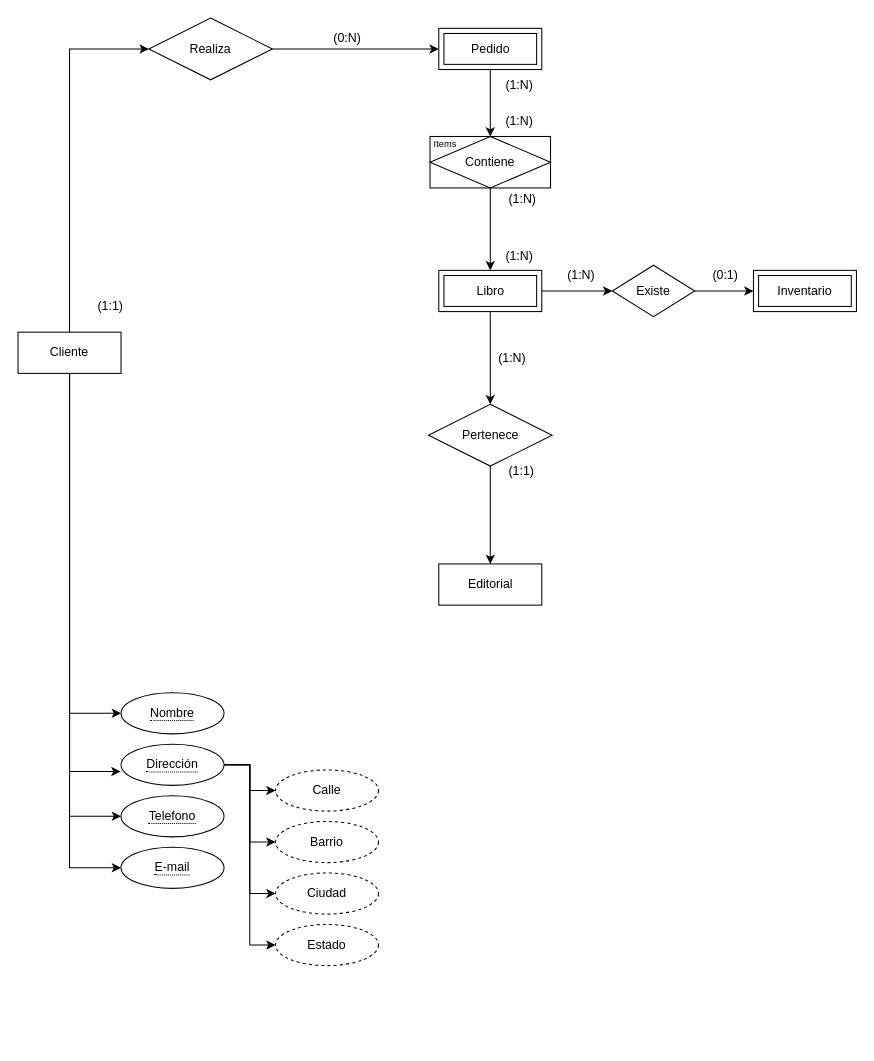
Starleen1996/Modelado_Datos keeps this draw.io diagram as modelo.drawio. Above is the earlier version. Source tidied: cells renumbered, new cells numbered last; positions are measured from the earlier drawing's top-left corner, leaving out a move shared by most shapes. Both pictures are drawn from the tidied source at 103%, with x=0, y=0 at pixel (18, 18).
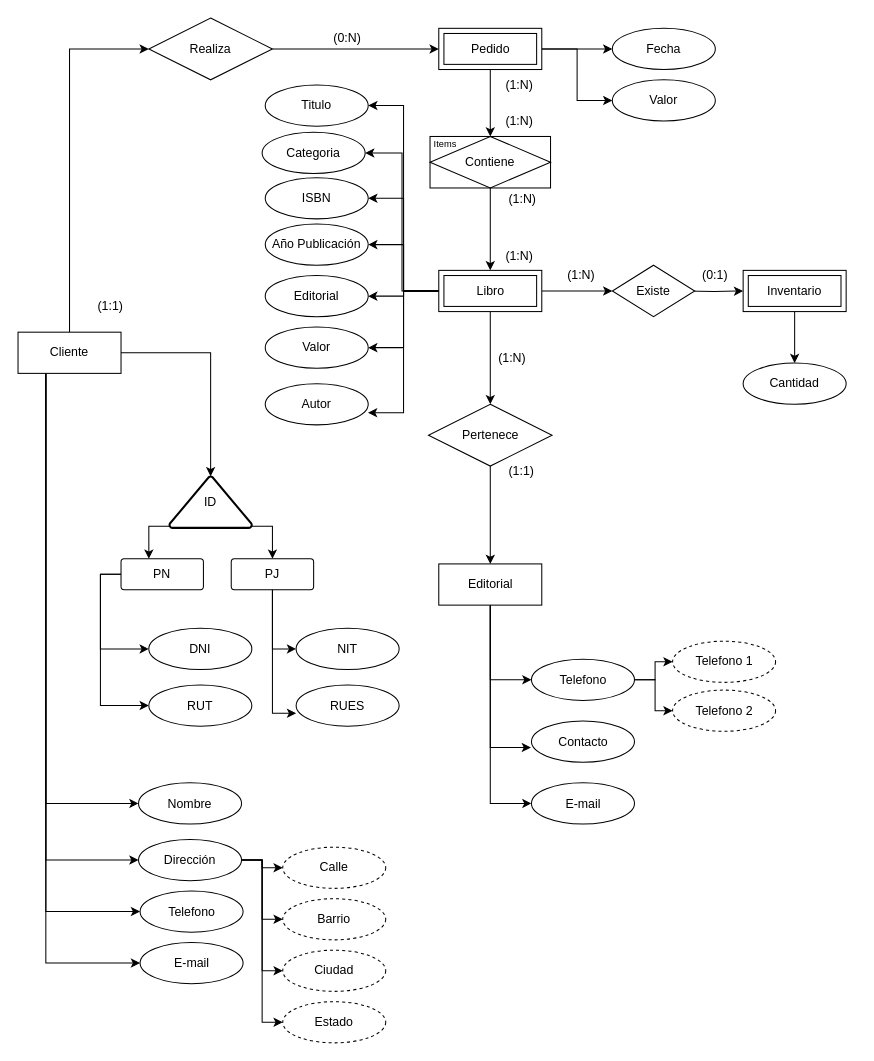
The same page after the edit.

The change refers to these unchanged cells:
```xml
<mxCell id="6" value="Cliente" style="whiteSpace=wrap;html=1;align=center;" parent="1" vertex="1">
  <mxGeometry y="305" width="100" height="40" as="geometry" />
</mxCell>
<mxCell id="8" value="Pedido" style="shape=ext;margin=3;double=1;whiteSpace=wrap;html=1;align=center;" parent="1" vertex="1">
  <mxGeometry x="408.5" y="10" width="100" height="40" as="geometry" />
</mxCell>
<mxCell id="9" value="Editorial" style="whiteSpace=wrap;html=1;align=center;" parent="1" vertex="1">
  <mxGeometry x="408.5" y="530" width="100" height="40" as="geometry" />
</mxCell>
<mxCell id="13" value="Libro" style="shape=ext;margin=3;double=1;whiteSpace=wrap;html=1;align=center;" parent="1" vertex="1">
  <mxGeometry x="408.5" y="245" width="100" height="40" as="geometry" />
</mxCell>
<mxCell id="25" value="Existe" style="shape=rhombus;perimeter=rhombusPerimeter;whiteSpace=wrap;html=1;align=center;" parent="1" vertex="1">
  <mxGeometry x="577" y="240" width="80" height="50" as="geometry" />
</mxCell>
```

What changed in the source:
```diff
@@
-    <mxCell id="3" style="edgeStyle=orthogonalEdgeStyle;rounded=0;jettySize=auto;html=1;entryX=0;entryY=0.5;entryDx=0;entryDy=0;exitX=0.5;exitY=1;exitDx=0;exitDy=0;" parent="1" edge="1" source="6" target="33">
-      <mxGeometry relative="1" as="geometry" />
+    <mxCell id="3" style="edgeStyle=orthogonalEdgeStyle;rounded=0;jettySize=auto;html=1;entryX=0;entryY=0.5;entryDx=0;entryDy=0;" parent="1" edge="1" source="6" target="33">
+      <mxGeometry relative="1" as="geometry">
+        <Array as="points">
+          <mxPoint x="27" y="763" />
+        </Array>
+      </mxGeometry>
     </mxCell>
-    <mxCell id="4" style="edgeStyle=orthogonalEdgeStyle;rounded=0;jettySize=auto;html=1;entryX=0;entryY=0.5;entryDx=0;entryDy=0;" parent="1" edge="1" source="6" target="40">
-      <mxGeometry relative="1" as="geometry" />
-    </mxCell>
-    <mxCell id="5" style="edgeStyle=orthogonalEdgeStyle;rounded=0;jettySize=auto;html=1;entryX=0;entryY=0.5;entryDx=0;entryDy=0;" parent="1" edge="1" source="6" target="41">
-      <mxGeometry relative="1" as="geometry" />
-    </mxCell>
+    <mxCell id="39" style="edgeStyle=orthogonalEdgeStyle;rounded=0;jettySize=auto;html=1;entryX=0;entryY=0.5;entryDx=0;entryDy=0;" parent="1" edge="1" source="6" target="38">
+      <mxGeometry relative="1" as="geometry">
+        <Array as="points">
+          <mxPoint x="27" y="818" />
+        </Array>
+      </mxGeometry>
+    </mxCell>
+    <mxCell id="46" style="edgeStyle=orthogonalEdgeStyle;rounded=0;jettySize=auto;html=1;entryX=0;entryY=0.5;entryDx=0;entryDy=0;" parent="1" edge="1" source="6" target="88">
+      <mxGeometry relative="1" as="geometry">
+        <Array as="points">
+          <mxPoint x="27" y="868" />
+        </Array>
+      </mxGeometry>
+    </mxCell>
+    <mxCell id="47" style="edgeStyle=orthogonalEdgeStyle;rounded=0;jettySize=auto;html=1;entryX=0;entryY=0.5;entryDx=0;entryDy=0;" parent="1" edge="1" source="6" target="89">
+      <mxGeometry relative="1" as="geometry">
+        <Array as="points">
+          <mxPoint x="27" y="918" />
+        </Array>
+      </mxGeometry>
+    </mxCell>
@@
+    <mxCell id="48" style="edgeStyle=orthogonalEdgeStyle;rounded=0;jettySize=auto;html=1;entryX=0;entryY=0.5;entryDx=0;entryDy=0;" parent="1" edge="1" source="8" target="91">
+      <mxGeometry relative="1" as="geometry" />
+    </mxCell>
+    <mxCell id="49" style="edgeStyle=orthogonalEdgeStyle;rounded=0;jettySize=auto;html=1;entryX=0;entryY=0.5;entryDx=0;entryDy=0;" parent="1" edge="1" source="8" target="92">
+      <mxGeometry relative="1" as="geometry" />
+    </mxCell>
@@
+    <mxCell id="50" style="edgeStyle=orthogonalEdgeStyle;rounded=0;jettySize=auto;html=1;entryX=0;entryY=0.5;entryDx=0;entryDy=0;" parent="1" edge="1" source="9" target="76">
+      <mxGeometry relative="1" as="geometry" />
+    </mxCell>
+    <mxCell id="51" style="edgeStyle=orthogonalEdgeStyle;rounded=0;jettySize=auto;html=1;entryX=0;entryY=0.5;entryDx=0;entryDy=0;" parent="1" edge="1" source="9" target="77">
+      <mxGeometry relative="1" as="geometry" />
+    </mxCell>
@@
+    <mxCell id="52" style="edgeStyle=orthogonalEdgeStyle;rounded=0;jettySize=auto;html=1;entryX=0.5;entryY=0;entryDx=0;entryDy=0;" parent="1" edge="1" source="10" target="93">
+      <mxGeometry relative="1" as="geometry" />
+    </mxCell>
     <mxCell id="10" value="Inventario" style="shape=ext;margin=3;double=1;whiteSpace=wrap;html=1;align=center;" parent="1" vertex="1">
-      <mxGeometry x="714" y="245" width="100" height="40" as="geometry" />
+      <mxGeometry x="704" y="245" width="100" height="40" as="geometry" />
     </mxCell>
@@
+    <mxCell id="53" style="edgeStyle=orthogonalEdgeStyle;rounded=0;jettySize=auto;html=1;entryX=1;entryY=0.5;entryDx=0;entryDy=0;" parent="1" edge="1" source="13" target="78">
+      <mxGeometry relative="1" as="geometry" />
+    </mxCell>
+    <mxCell id="54" style="edgeStyle=orthogonalEdgeStyle;rounded=0;jettySize=auto;html=1;entryX=1;entryY=0.5;entryDx=0;entryDy=0;" parent="1" edge="1" source="13" target="79">
+      <mxGeometry relative="1" as="geometry" />
+    </mxCell>
+    <mxCell id="55" style="edgeStyle=orthogonalEdgeStyle;rounded=0;jettySize=auto;html=1;entryX=1;entryY=0.5;entryDx=0;entryDy=0;" parent="1" edge="1" source="13" target="80">
+      <mxGeometry relative="1" as="geometry" />
+    </mxCell>
+    <mxCell id="56" style="edgeStyle=orthogonalEdgeStyle;rounded=0;jettySize=auto;html=1;entryX=1;entryY=0.5;entryDx=0;entryDy=0;" parent="1" edge="1" source="13" target="81">
+      <mxGeometry relative="1" as="geometry" />
+    </mxCell>
+    <mxCell id="57" style="edgeStyle=orthogonalEdgeStyle;rounded=0;jettySize=auto;html=1;entryX=1;entryY=0.5;entryDx=0;entryDy=0;" parent="1" edge="1" source="13" target="82">
+      <mxGeometry relative="1" as="geometry" />
+    </mxCell>
+    <mxCell id="58" style="edgeStyle=orthogonalEdgeStyle;rounded=0;jettySize=auto;html=1;entryX=1;entryY=0.5;entryDx=0;entryDy=0;" parent="1" edge="1" source="13" target="83">
+      <mxGeometry relative="1" as="geometry" />
+    </mxCell>
@@
-    <mxCell id="24" style="edgeStyle=orthogonalEdgeStyle;rounded=0;jettySize=auto;html=1;" parent="1" edge="1" source="25" target="10">
-      <mxGeometry relative="1" as="geometry" />
+    <mxCell id="24" style="edgeStyle=orthogonalEdgeStyle;rounded=0;jettySize=auto;html=1;" parent="1" edge="1" target="10">
+      <mxGeometry relative="1" as="geometry">
+        <mxPoint x="647" y="265" as="sourcePoint" />
+      </mxGeometry>
     </mxCell>
@@
     <mxCell id="27" value="(0:1)" style="text;strokeColor=none;align=center;fillColor=none;html=1;verticalAlign=middle;whiteSpace=wrap;rounded=0;" parent="1" vertex="1">
-      <mxGeometry x="657" y="235" width="60" height="30" as="geometry" />
+      <mxGeometry x="647" y="235" width="60" height="30" as="geometry" />
     </mxCell>
@@
+    <mxCell id="42" value="Calle" style="ellipse;whiteSpace=wrap;html=1;align=center;dashed=1;" parent="1" vertex="1">
+      <mxGeometry x="257" y="805" width="100" height="40" as="geometry" />
+    </mxCell>
+    <mxCell id="43" value="Barrio" style="ellipse;whiteSpace=wrap;html=1;align=center;dashed=1;" parent="1" vertex="1">
+      <mxGeometry x="257" y="855" width="100" height="40" as="geometry" />
+    </mxCell>
+    <mxCell id="44" value="Ciudad" style="ellipse;whiteSpace=wrap;html=1;align=center;dashed=1;" parent="1" vertex="1">
+      <mxGeometry x="257" y="905" width="100" height="40" as="geometry" />
+    </mxCell>
+    <mxCell id="45" value="Estado" style="ellipse;whiteSpace=wrap;html=1;align=center;dashed=1;" parent="1" vertex="1">
+      <mxGeometry x="257" y="955" width="100" height="40" as="geometry" />
+    </mxCell>
+    <mxCell id="59" style="edgeStyle=orthogonalEdgeStyle;rounded=0;jettySize=auto;html=1;exitX=0.01;exitY=0.97;exitDx=0;exitDy=0;exitPerimeter=0;entryX=0.5;entryY=0;entryDx=0;entryDy=0;" parent="1" edge="1" source="61">
+      <mxGeometry relative="1" as="geometry">
+        <mxPoint x="127" y="525" as="targetPoint" />
+      </mxGeometry>
+    </mxCell>
+    <mxCell id="60" style="edgeStyle=orthogonalEdgeStyle;rounded=0;jettySize=auto;html=1;exitX=0.99;exitY=0.97;exitDx=0;exitDy=0;exitPerimeter=0;entryX=0.5;entryY=0;entryDx=0;entryDy=0;" parent="1" edge="1" source="61" target="67">
+      <mxGeometry relative="1" as="geometry" />
+    </mxCell>
+    <mxCell id="61" value="ID" style="strokeWidth=2;html=1;shape=mxgraph.flowchart.extract_or_measurement;whiteSpace=wrap;" parent="1" vertex="1">
+      <mxGeometry x="147" y="445" width="80" height="50" as="geometry" />
+    </mxCell>
+    <mxCell id="62" style="edgeStyle=orthogonalEdgeStyle;rounded=0;jettySize=auto;html=1;exitX=1;exitY=0.5;exitDx=0;exitDy=0;entryX=0.5;entryY=0;entryDx=0;entryDy=0;entryPerimeter=0;" parent="1" edge="1" source="6" target="61">
+      <mxGeometry relative="1" as="geometry" />
+    </mxCell>
+    <mxCell id="63" style="edgeStyle=orthogonalEdgeStyle;rounded=0;jettySize=auto;html=1;entryX=0;entryY=0.5;entryDx=0;entryDy=0;exitX=0;exitY=0.5;exitDx=0;exitDy=0;" parent="1" edge="1" source="65" target="68">
+      <mxGeometry relative="1" as="geometry" />
+    </mxCell>
+    <mxCell id="64" style="edgeStyle=orthogonalEdgeStyle;rounded=0;jettySize=auto;html=1;entryX=0;entryY=0.5;entryDx=0;entryDy=0;exitX=0;exitY=0.5;exitDx=0;exitDy=0;" parent="1" edge="1" source="65" target="69">
+      <mxGeometry relative="1" as="geometry" />
+    </mxCell>
+    <mxCell id="65" value="PN" style="rounded=1;arcSize=10;whiteSpace=wrap;html=1;align=center;" parent="1" vertex="1">
+      <mxGeometry x="100" y="525" width="80" height="30" as="geometry" />
+    </mxCell>
+    <mxCell id="66" style="edgeStyle=orthogonalEdgeStyle;rounded=0;jettySize=auto;html=1;entryX=0;entryY=0.5;entryDx=0;entryDy=0;" parent="1" edge="1" source="67" target="70">
+      <mxGeometry relative="1" as="geometry" />
+    </mxCell>
+    <mxCell id="67" value="PJ" style="rounded=1;arcSize=10;whiteSpace=wrap;html=1;align=center;" parent="1" vertex="1">
+      <mxGeometry x="207" y="525" width="80" height="30" as="geometry" />
+    </mxCell>
+    <mxCell id="68" value="DNI" style="ellipse;whiteSpace=wrap;html=1;align=center;" parent="1" vertex="1">
+      <mxGeometry x="127" y="592.5" width="100" height="40" as="geometry" />
+    </mxCell>
+    <mxCell id="69" value="RUT" style="ellipse;whiteSpace=wrap;html=1;align=center;" parent="1" vertex="1">
+      <mxGeometry x="127" y="647.5" width="100" height="40" as="geometry" />
+    </mxCell>
+    <mxCell id="70" value="NIT" style="ellipse;whiteSpace=wrap;html=1;align=center;" parent="1" vertex="1">
+      <mxGeometry x="270" y="592.5" width="100" height="40" as="geometry" />
+    </mxCell>
+    <mxCell id="71" value="RUES" style="ellipse;whiteSpace=wrap;html=1;align=center;" parent="1" vertex="1">
+      <mxGeometry x="270" y="647.5" width="100" height="40" as="geometry" />
+    </mxCell>
+    <mxCell id="72" style="edgeStyle=orthogonalEdgeStyle;rounded=0;jettySize=auto;html=1;entryX=0;entryY=0.688;entryDx=0;entryDy=0;entryPerimeter=0;" parent="1" edge="1" source="67" target="71">
+      <mxGeometry relative="1" as="geometry" />
+    </mxCell>
+    <mxCell id="73" value="Contacto" style="ellipse;whiteSpace=wrap;html=1;align=center;" parent="1" vertex="1">
+      <mxGeometry x="498.5" y="682.5" width="100" height="40" as="geometry" />
+    </mxCell>
+    <mxCell id="74" style="edgeStyle=orthogonalEdgeStyle;rounded=0;jettySize=auto;html=1;exitX=1;exitY=0.5;exitDx=0;exitDy=0;entryX=0;entryY=0.5;entryDx=0;entryDy=0;" parent="1" edge="1" source="76" target="86">
+      <mxGeometry relative="1" as="geometry" />
+    </mxCell>
+    <mxCell id="75" style="edgeStyle=orthogonalEdgeStyle;rounded=0;jettySize=auto;html=1;entryX=0;entryY=0.5;entryDx=0;entryDy=0;" parent="1" edge="1" source="76" target="87">
+      <mxGeometry relative="1" as="geometry" />
+    </mxCell>
+    <mxCell id="76" value="Telefono" style="ellipse;whiteSpace=wrap;html=1;align=center;" parent="1" vertex="1">
+      <mxGeometry x="498.5" y="622.5" width="100" height="40" as="geometry" />
+    </mxCell>
+    <mxCell id="77" value="E-mail" style="ellipse;whiteSpace=wrap;html=1;align=center;" parent="1" vertex="1">
+      <mxGeometry x="498.5" y="742.5" width="100" height="40" as="geometry" />
+    </mxCell>
+    <mxCell id="78" value="Titulo" style="ellipse;whiteSpace=wrap;html=1;align=center;" parent="1" vertex="1">
+      <mxGeometry x="240" y="65" width="100" height="40" as="geometry" />
+    </mxCell>
+    <mxCell id="79" value="Categoria" style="ellipse;whiteSpace=wrap;html=1;align=center;" parent="1" vertex="1">
+      <mxGeometry x="237" y="111" width="100" height="40" as="geometry" />
+    </mxCell>
+    <mxCell id="80" value="ISBN" style="ellipse;whiteSpace=wrap;html=1;align=center;" parent="1" vertex="1">
+      <mxGeometry x="240" y="155" width="100" height="40" as="geometry" />
+    </mxCell>
+    <mxCell id="81" value="Año Publicación" style="ellipse;whiteSpace=wrap;html=1;align=center;" parent="1" vertex="1">
+      <mxGeometry x="240" y="200" width="100" height="40" as="geometry" />
+    </mxCell>
+    <mxCell id="82" value="Editorial" style="ellipse;whiteSpace=wrap;html=1;align=center;" parent="1" vertex="1">
+      <mxGeometry x="240" y="250" width="100" height="40" as="geometry" />
+    </mxCell>
+    <mxCell id="83" value="Valor" style="ellipse;whiteSpace=wrap;html=1;align=center;" parent="1" vertex="1">
+      <mxGeometry x="240" y="300" width="100" height="40" as="geometry" />
+    </mxCell>
+    <mxCell id="84" value="Autor" style="ellipse;whiteSpace=wrap;html=1;align=center;" parent="1" vertex="1">
+      <mxGeometry x="240" y="355" width="100" height="40" as="geometry" />
+    </mxCell>
+    <mxCell id="85" style="edgeStyle=orthogonalEdgeStyle;rounded=0;jettySize=auto;html=1;entryX=0.998;entryY=0.704;entryDx=0;entryDy=0;entryPerimeter=0;" parent="1" edge="1" source="13" target="84">
+      <mxGeometry relative="1" as="geometry" />
+    </mxCell>
+    <mxCell id="86" value="Telefono 1" style="ellipse;whiteSpace=wrap;html=1;align=center;dashed=1;" parent="1" vertex="1">
+      <mxGeometry x="635.5" y="605" width="100" height="40" as="geometry" />
+    </mxCell>
+    <mxCell id="87" value="Telefono 2" style="ellipse;whiteSpace=wrap;html=1;align=center;dashed=1;" parent="1" vertex="1">
+      <mxGeometry x="635.5" y="652.5" width="100" height="40" as="geometry" />
+    </mxCell>
-    <mxCell id="33" value="&lt;span style=&quot;border-bottom: 1px dotted&quot;&gt;Nombre&lt;/span&gt;" style="ellipse;whiteSpace=wrap;html=1;align=center;" parent="1" vertex="1">
-      <mxGeometry x="100" y="655" width="100" height="40" as="geometry" />
+    <mxCell id="33" value="Nombre" style="ellipse;whiteSpace=wrap;html=1;align=center;" parent="1" vertex="1">
+      <mxGeometry x="117" y="742.5" width="100" height="40" as="geometry" />
     </mxCell>
@@
-    <mxCell id="38" value="&lt;span style=&quot;border-bottom: 1px dotted&quot;&gt;Dirección&lt;/span&gt;" style="ellipse;whiteSpace=wrap;html=1;align=center;" parent="1" vertex="1">
-      <mxGeometry x="100" y="705" width="100" height="40" as="geometry" />
+    <mxCell id="38" value="Dirección" style="ellipse;whiteSpace=wrap;html=1;align=center;" parent="1" vertex="1">
+      <mxGeometry x="117" y="797.5" width="100" height="40" as="geometry" />
     </mxCell>
-    <mxCell id="39" style="edgeStyle=orthogonalEdgeStyle;rounded=0;jettySize=auto;html=1;entryX=-0.005;entryY=0.662;entryDx=0;entryDy=0;entryPerimeter=0;" parent="1" edge="1" source="6" target="38">
-      <mxGeometry relative="1" as="geometry" />
-    </mxCell>
-    <mxCell id="40" value="&lt;span style=&quot;border-bottom: 1px dotted&quot;&gt;Telefono&lt;/span&gt;" style="ellipse;whiteSpace=wrap;html=1;align=center;" parent="1" vertex="1">
-      <mxGeometry x="100" y="755" width="100" height="40" as="geometry" />
-    </mxCell>
-    <mxCell id="41" value="&lt;span style=&quot;border-bottom: 1px dotted&quot;&gt;E-mail&lt;/span&gt;" style="ellipse;whiteSpace=wrap;html=1;align=center;" parent="1" vertex="1">
-      <mxGeometry x="100" y="805" width="100" height="40" as="geometry" />
-    </mxCell>
-    <mxCell id="42" value="Calle" style="ellipse;whiteSpace=wrap;html=1;align=center;dashed=1;" parent="1" vertex="1">
-      <mxGeometry x="250" y="730" width="100" height="40" as="geometry" />
-    </mxCell>
-    <mxCell id="43" value="Barrio" style="ellipse;whiteSpace=wrap;html=1;align=center;dashed=1;" parent="1" vertex="1">
-      <mxGeometry x="250" y="780" width="100" height="40" as="geometry" />
-    </mxCell>
-    <mxCell id="44" value="Ciudad" style="ellipse;whiteSpace=wrap;html=1;align=center;dashed=1;" parent="1" vertex="1">
-      <mxGeometry x="250" y="830" width="100" height="40" as="geometry" />
-    </mxCell>
-    <mxCell id="45" value="Estado" style="ellipse;whiteSpace=wrap;html=1;align=center;dashed=1;" parent="1" vertex="1">
-      <mxGeometry x="250" y="880" width="100" height="40" as="geometry" />
-    </mxCell>
+    <mxCell id="88" value="Telefono" style="ellipse;whiteSpace=wrap;html=1;align=center;" parent="1" vertex="1">
+      <mxGeometry x="118.5" y="847.5" width="100" height="40" as="geometry" />
+    </mxCell>
+    <mxCell id="89" value="E-mail" style="ellipse;whiteSpace=wrap;html=1;align=center;" parent="1" vertex="1">
+      <mxGeometry x="118.5" y="897.5" width="100" height="40" as="geometry" />
+    </mxCell>
+    <mxCell id="90" style="edgeStyle=orthogonalEdgeStyle;rounded=0;jettySize=auto;html=1;entryX=-0.005;entryY=0.642;entryDx=0;entryDy=0;entryPerimeter=0;" parent="1" edge="1" source="9" target="73">
+      <mxGeometry relative="1" as="geometry" />
+    </mxCell>
+    <mxCell id="91" value="Fecha" style="ellipse;whiteSpace=wrap;html=1;align=center;" parent="1" vertex="1">
+      <mxGeometry x="577" y="10" width="100" height="40" as="geometry" />
+    </mxCell>
+    <mxCell id="92" value="Valor" style="ellipse;whiteSpace=wrap;html=1;align=center;" parent="1" vertex="1">
+      <mxGeometry x="577" y="60" width="100" height="40" as="geometry" />
+    </mxCell>
+    <mxCell id="93" value="Cantidad" style="ellipse;whiteSpace=wrap;html=1;align=center;" parent="1" vertex="1">
+      <mxGeometry x="704" y="335" width="100" height="40" as="geometry" />
+    </mxCell>
```
